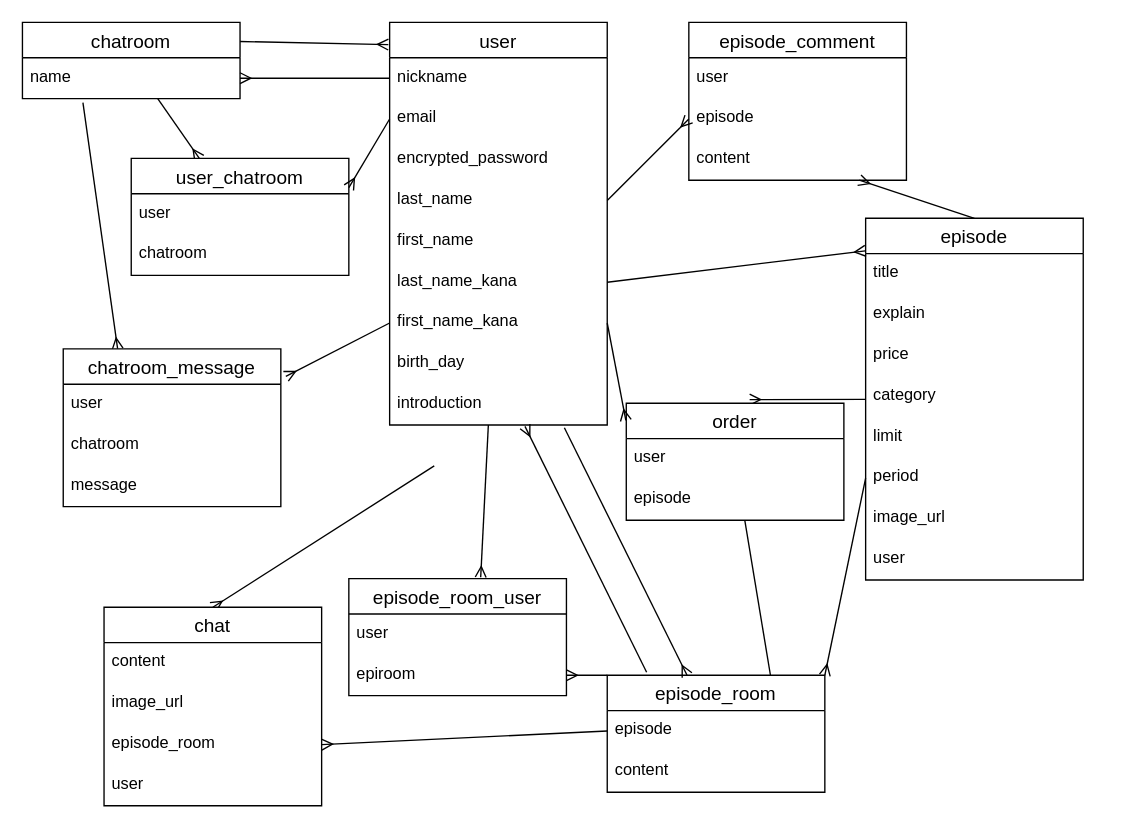
masato-kobayashi5427/licon keeps this draw.io diagram as ER.dio. Above is the earlier version. Source tidied: cells renumbered, new cells numbered last; positions are measured from the earlier drawing's top-left corner, leaving out a move shared by most shapes. Both pictures are drawn from the tidied source at 136%, with x=0, y=0 at pixel (22, 22).
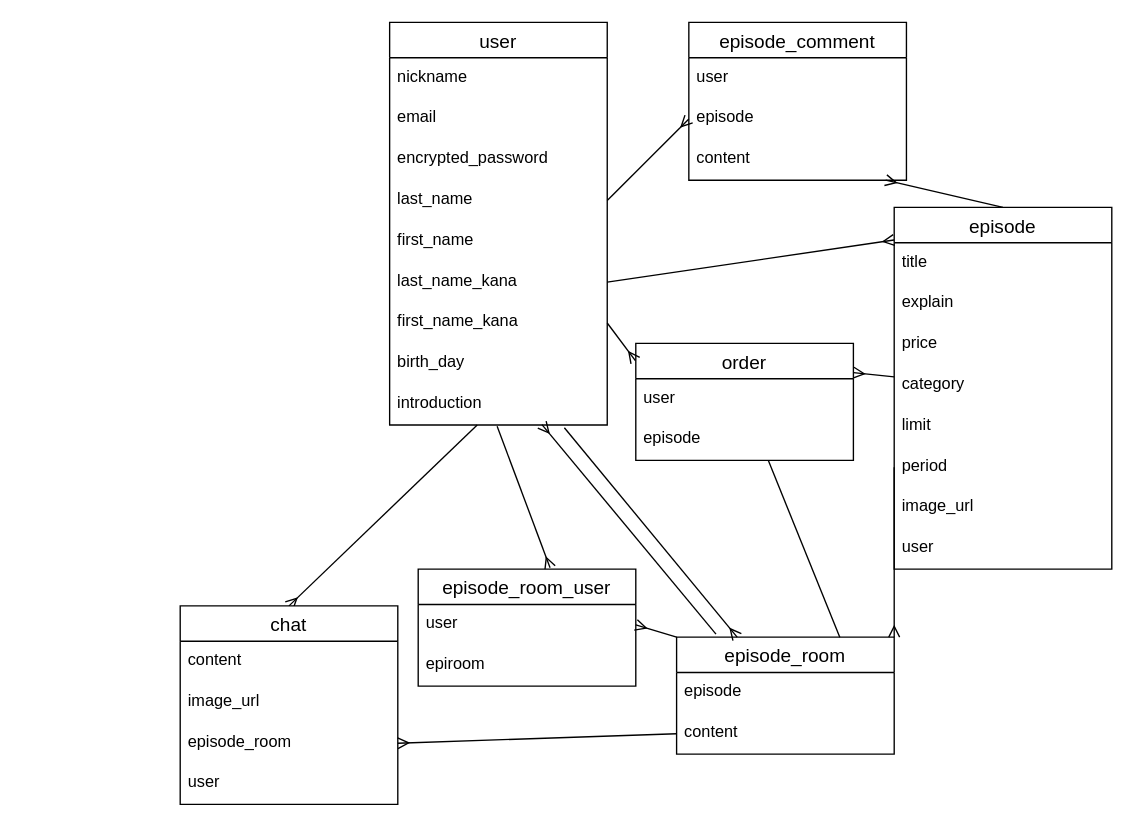
The same page after the edit.

Unchanged cells that the change refers to:
```xml
<mxCell id="4" value="user" style="swimlane;fontStyle=0;horizontal=1;startSize=26;align=center;fontSize=14;" parent="1" vertex="1">
  <mxGeometry x="270" width="160" height="296" as="geometry" />
</mxCell>
<mxCell id="5" value="nickname" style="text;strokeColor=none;fillColor=none;spacingLeft=4;spacingRight=4;overflow=hidden;points=[[0,0.5],[1,0.5]];portConstraint=eastwest;fontSize=12;" parent="4" vertex="1">
  <mxGeometry y="26" width="160" height="30" as="geometry" />
</mxCell>
<mxCell id="6" value="email" style="text;strokeColor=none;fillColor=none;spacingLeft=4;spacingRight=4;overflow=hidden;points=[[0,0.5],[1,0.5]];portConstraint=eastwest;fontSize=12;" parent="4" vertex="1">
  <mxGeometry y="56" width="160" height="30" as="geometry" />
</mxCell>
<mxCell id="11" value="first_name_kana" style="text;strokeColor=none;fillColor=none;spacingLeft=4;spacingRight=4;overflow=hidden;points=[[0,0.5],[1,0.5]];portConstraint=eastwest;fontSize=12;" parent="4" vertex="1">
  <mxGeometry y="206" width="160" height="30" as="geometry" />
</mxCell>
<mxCell id="13" value="introduction" style="text;strokeColor=none;fillColor=none;spacingLeft=4;spacingRight=4;overflow=hidden;points=[[0,0.5],[1,0.5]];portConstraint=eastwest;fontSize=12;" parent="4" vertex="1">
  <mxGeometry y="266" width="160" height="30" as="geometry" />
</mxCell>
<mxCell id="29" value="content" style="text;strokeColor=none;fillColor=none;spacingLeft=4;spacingRight=4;overflow=hidden;points=[[0,0.5],[1,0.5]];portConstraint=eastwest;fontSize=12;" parent="27" vertex="1">
  <mxGeometry y="56" width="160" height="30" as="geometry" />
</mxCell>
<mxCell id="49" value="episode_room" style="text;strokeColor=none;fillColor=none;spacingLeft=4;spacingRight=4;overflow=hidden;points=[[0,0.5],[1,0.5]];portConstraint=eastwest;fontSize=12;" parent="46" vertex="1">
  <mxGeometry y="86" width="160" height="30" as="geometry" />
</mxCell>
<mxCell id="59" value="user" style="text;strokeColor=none;fillColor=none;spacingLeft=4;spacingRight=4;overflow=hidden;points=[[0,0.5],[1,0.5]];portConstraint=eastwest;fontSize=12;" parent="58" vertex="1">
  <mxGeometry y="26" width="160" height="30" as="geometry" />
</mxCell>
<mxCell id="60" value="epiroom" style="text;strokeColor=none;fillColor=none;spacingLeft=4;spacingRight=4;overflow=hidden;points=[[0,0.5],[1,0.5]];portConstraint=eastwest;fontSize=12;" parent="58" vertex="1">
  <mxGeometry y="56" width="160" height="30" as="geometry" />
</mxCell>
```

The edit, as a diff of the source:
```diff
@@
-    <mxCell id="2" style="edgeStyle=none;html=1;entryX=0.5;entryY=0;entryDx=0;entryDy=0;endArrow=ERmany;endFill=0;exitX=0.205;exitY=1.004;exitDx=0;exitDy=0;exitPerimeter=0;" parent="1" edge="1" target="46">
-      <mxGeometry relative="1" as="geometry">
-        <mxPoint x="302.8" y="326.1" as="sourcePoint" />
-      </mxGeometry>
+    <mxCell id="2" style="edgeStyle=none;html=1;entryX=0.5;entryY=0;entryDx=0;entryDy=0;endArrow=ERmany;endFill=0;" parent="1" edge="1" source="13" target="46">
+      <mxGeometry relative="1" as="geometry" />
     </mxCell>
-    <mxCell id="3" style="edgeStyle=none;html=1;entryX=0.606;entryY=-0.012;entryDx=0;entryDy=0;entryPerimeter=0;endArrow=ERmany;endFill=0;" parent="1" edge="1" source="4" target="58">
+    <mxCell id="3" style="edgeStyle=none;html=1;entryX=0.606;entryY=-0.012;entryDx=0;entryDy=0;entryPerimeter=0;endArrow=ERmany;endFill=0;exitX=0.494;exitY=1.029;exitDx=0;exitDy=0;exitPerimeter=0;" parent="1" edge="1" source="13" target="58">
       <mxGeometry relative="1" as="geometry" />
     </mxCell>
@@
-    <mxCell id="15" style="edgeStyle=none;html=1;entryX=0.567;entryY=-0.031;entryDx=0;entryDy=0;endArrow=ERmany;endFill=0;entryPerimeter=0;" parent="1" edge="1" source="16" target="62">
+    <mxCell id="15" style="edgeStyle=none;html=1;entryX=1;entryY=0.25;entryDx=0;entryDy=0;endArrow=ERmany;endFill=0;" parent="1" edge="1" source="16" target="62">
       <mxGeometry relative="1" as="geometry" />
     </mxCell>
     <mxCell id="16" value="episode" style="swimlane;fontStyle=0;horizontal=1;startSize=26;align=center;fontSize=14;" parent="1" vertex="1">
-      <mxGeometry x="620" y="144" width="160" height="266" as="geometry" />
+      <mxGeometry x="641" y="136" width="160" height="266" as="geometry" />
     </mxCell>
@@
-    <mxCell id="25" style="edgeStyle=none;html=1;endArrow=ERmany;endFill=0;exitX=0.181;exitY=-0.026;exitDx=0;exitDy=0;exitPerimeter=0;entryX=0.622;entryY=1.033;entryDx=0;entryDy=0;entryPerimeter=0;" parent="1" edge="1" source="27" target="13">
+    <mxCell id="25" style="edgeStyle=none;html=1;endArrow=ERmany;endFill=0;exitX=0.181;exitY=-0.026;exitDx=0;exitDy=0;exitPerimeter=0;entryX=0.7;entryY=0.99;entryDx=0;entryDy=0;entryPerimeter=0;" parent="1" edge="1" source="27" target="13">
       <mxGeometry relative="1" as="geometry" />
     </mxCell>
-    <mxCell id="26" style="edgeStyle=none;html=1;exitX=0;exitY=0;exitDx=0;exitDy=0;entryX=1;entryY=0.5;entryDx=0;entryDy=0;endArrow=ERmany;endFill=0;" parent="1" edge="1" source="27" target="60">
+    <mxCell id="26" style="edgeStyle=none;html=1;exitX=0;exitY=0;exitDx=0;exitDy=0;entryX=1;entryY=0.5;entryDx=0;entryDy=0;endArrow=ERmany;endFill=0;" parent="1" edge="1" source="27" target="59">
       <mxGeometry relative="1" as="geometry" />
     </mxCell>
     <mxCell id="27" value="episode_room" style="swimlane;fontStyle=0;horizontal=1;startSize=26;align=center;fontSize=14;" parent="1" vertex="1">
-      <mxGeometry x="430" y="480" width="160" height="86" as="geometry" />
+      <mxGeometry x="481" y="452" width="160" height="86" as="geometry" />
     </mxCell>
@@
-    <mxCell id="34" style="edgeStyle=none;html=1;entryX=0.313;entryY=0;entryDx=0;entryDy=0;entryPerimeter=0;endArrow=ERmany;endFill=0;" parent="1" edge="1" source="36" target="39">
-      <mxGeometry relative="1" as="geometry" />
-    </mxCell>
-    <mxCell id="35" style="edgeStyle=none;html=1;exitX=1;exitY=0.25;exitDx=0;exitDy=0;entryX=-0.006;entryY=0.055;entryDx=0;entryDy=0;entryPerimeter=0;endArrow=ERmany;endFill=0;" parent="1" edge="1" source="36" target="4">
-      <mxGeometry relative="1" as="geometry" />
-    </mxCell>
-    <mxCell id="36" value="chatroom" style="swimlane;fontStyle=0;horizontal=1;startSize=26;align=center;fontSize=14;" parent="1" vertex="1">
-      <mxGeometry width="160" height="56" as="geometry" />
-    </mxCell>
-    <mxCell id="37" value="name" style="text;strokeColor=none;fillColor=none;spacingLeft=4;spacingRight=4;overflow=hidden;points=[[0,0.5],[1,0.5]];portConstraint=eastwest;fontSize=12;" parent="36" vertex="1">
-      <mxGeometry y="26" width="160" height="30" as="geometry" />
-    </mxCell>
-    <mxCell id="38" style="edgeStyle=none;html=1;entryX=0.25;entryY=0;entryDx=0;entryDy=0;endArrow=ERmany;endFill=0;exitX=0.278;exitY=1.097;exitDx=0;exitDy=0;exitPerimeter=0;" parent="1" edge="1" source="37" target="42">
-      <mxGeometry relative="1" as="geometry" />
-    </mxCell>
-    <mxCell id="39" value="user_chatroom" style="swimlane;fontStyle=0;horizontal=1;startSize=26;align=center;fontSize=14;" parent="1" vertex="1">
-      <mxGeometry x="80" y="100" width="160" height="86" as="geometry" />
-    </mxCell>
-    <mxCell id="40" value="user" style="text;strokeColor=none;fillColor=none;spacingLeft=4;spacingRight=4;overflow=hidden;fontSize=12;" parent="39" vertex="1">
-      <mxGeometry y="26" width="160" height="30" as="geometry" />
-    </mxCell>
-    <mxCell id="41" value="chatroom" style="text;strokeColor=none;fillColor=none;spacingLeft=4;spacingRight=4;overflow=hidden;fontSize=12;" parent="39" vertex="1">
-      <mxGeometry y="56" width="160" height="30" as="geometry" />
-    </mxCell>
-    <mxCell id="42" value="chatroom_message" style="swimlane;fontStyle=0;horizontal=1;startSize=26;align=center;fontSize=14;" parent="1" vertex="1">
-      <mxGeometry x="30" y="240" width="160" height="116" as="geometry" />
-    </mxCell>
-    <mxCell id="43" value="user" style="text;strokeColor=none;fillColor=none;spacingLeft=4;spacingRight=4;overflow=hidden;points=[[0,0.5],[1,0.5]];portConstraint=eastwest;fontSize=12;" parent="42" vertex="1">
-      <mxGeometry y="26" width="160" height="30" as="geometry" />
-    </mxCell>
-    <mxCell id="44" value="chatroom" style="text;strokeColor=none;fillColor=none;spacingLeft=4;spacingRight=4;overflow=hidden;fontSize=12;" parent="42" vertex="1">
-      <mxGeometry y="56" width="160" height="30" as="geometry" />
-    </mxCell>
-    <mxCell id="45" value="message" style="text;strokeColor=none;fillColor=none;spacingLeft=4;spacingRight=4;overflow=hidden;fontSize=12;" parent="42" vertex="1">
-      <mxGeometry y="86" width="160" height="30" as="geometry" />
-    </mxCell>
     <mxCell id="46" value="chat" style="swimlane;fontStyle=0;horizontal=1;startSize=26;align=center;fontSize=14;" parent="1" vertex="1">
-      <mxGeometry x="60" y="430" width="160" height="146" as="geometry" />
+      <mxGeometry x="116" y="429" width="160" height="146" as="geometry" />
     </mxCell>
@@
-    <mxCell id="52" style="edgeStyle=none;html=1;exitX=0;exitY=0.5;exitDx=0;exitDy=0;entryX=1;entryY=0.5;entryDx=0;entryDy=0;endArrow=ERmany;endFill=0;" parent="1" edge="1" source="5" target="37">
-      <mxGeometry relative="1" as="geometry" />
-    </mxCell>
-    <mxCell id="53" style="edgeStyle=none;html=1;exitX=0;exitY=0.5;exitDx=0;exitDy=0;entryX=1;entryY=0.25;entryDx=0;entryDy=0;endArrow=ERmany;endFill=0;" parent="1" edge="1" source="6" target="39">
-      <mxGeometry relative="1" as="geometry" />
-    </mxCell>
-    <mxCell id="54" style="edgeStyle=none;html=1;exitX=0;exitY=0.5;exitDx=0;exitDy=0;entryX=1.023;entryY=-0.192;entryDx=0;entryDy=0;entryPerimeter=0;endArrow=ERmany;endFill=0;" parent="1" edge="1" source="11" target="43">
-      <mxGeometry relative="1" as="geometry" />
-    </mxCell>
@@
-    <mxCell id="57" style="edgeStyle=none;html=1;exitX=0;exitY=0.5;exitDx=0;exitDy=0;entryX=1;entryY=0.5;entryDx=0;entryDy=0;endArrow=ERmany;endFill=0;" parent="1" edge="1" target="49">
-      <mxGeometry relative="1" as="geometry">
-        <mxPoint x="430" y="521" as="sourcePoint" />
-      </mxGeometry>
+    <mxCell id="57" style="edgeStyle=none;html=1;exitX=0;exitY=0.5;exitDx=0;exitDy=0;entryX=1;entryY=0.5;entryDx=0;entryDy=0;endArrow=ERmany;endFill=0;" parent="1" edge="1" source="29" target="49">
+      <mxGeometry relative="1" as="geometry" />
     </mxCell>
     <mxCell id="58" value="episode_room_user" style="swimlane;fontStyle=0;horizontal=1;startSize=26;align=center;fontSize=14;" parent="1" vertex="1">
-      <mxGeometry x="240" y="409" width="160" height="86" as="geometry" />
+      <mxGeometry x="291" y="402" width="160" height="86" as="geometry" />
     </mxCell>
@@
     <mxCell id="62" value="order" style="swimlane;fontStyle=0;horizontal=1;startSize=26;align=center;fontSize=14;" parent="1" vertex="1">
-      <mxGeometry x="444" y="280" width="160" height="86" as="geometry" />
+      <mxGeometry x="451" y="236" width="160" height="86" as="geometry" />
     </mxCell>
```
